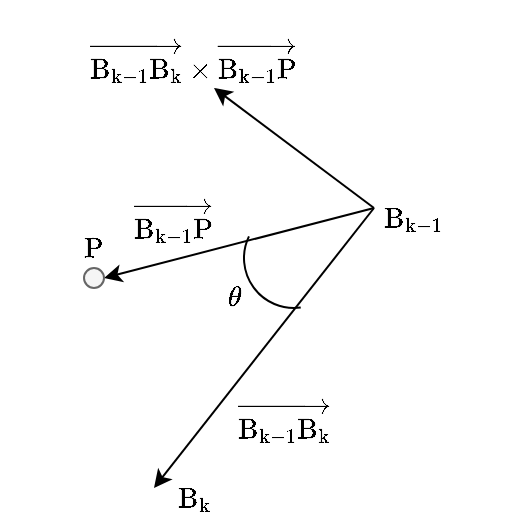
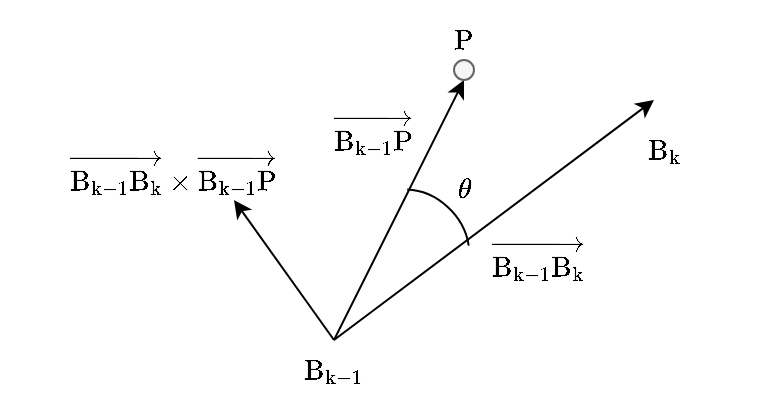
<mxfile host="Electron">
  <diagram name="Page-1" id="H0YPRP8WU7xcA-L2BAK0">
-     <mxGraphModel dx="484" dy="351" grid="1" gridSize="10" guides="1" tooltips="1" connect="1" arrows="1" fold="1" page="1" pageScale="1" pageWidth="850" pageHeight="1100" math="1" shadow="0">
+     <mxGraphModel dx="595" dy="432" grid="1" gridSize="10" guides="1" tooltips="1" connect="1" arrows="1" fold="1" page="1" pageScale="1" pageWidth="850" pageHeight="1100" math="1" shadow="0">
      <root>
        <mxCell id="0" />
        <mxCell id="1" parent="0" />
        <mxCell id="jKXPVmUFjm1ive4WsxEH-1" edge="1" parent="1" style="endArrow=classic;html=1;rounded=0;" value="">
          <mxGeometry height="50" relative="1" width="50" as="geometry">
-             <mxPoint x="450" y="110" as="sourcePoint" />
-             <mxPoint x="340" y="250" as="targetPoint" />
+             <mxPoint x="230" y="270" as="sourcePoint" />
+             <mxPoint x="390" y="150" as="targetPoint" />
          </mxGeometry>
        </mxCell>
        <mxCell id="jKXPVmUFjm1ive4WsxEH-2" parent="1" style="text;html=1;whiteSpace=wrap;strokeColor=none;fillColor=none;align=center;verticalAlign=middle;rounded=0;" value="$$\mathrm{B_{k}}$$" vertex="1">
-           <mxGeometry height="30" width="60" x="330" y="240" as="geometry" />
+           <mxGeometry height="30" width="60" x="365" y="160" as="geometry" />
        </mxCell>
        <mxCell id="jKXPVmUFjm1ive4WsxEH-3" parent="1" style="text;html=1;whiteSpace=wrap;strokeColor=none;fillColor=none;align=center;verticalAlign=middle;rounded=0;" value="$$\mathrm{B_{k-1}}$$" vertex="1">
-           <mxGeometry height="30" width="60" x="440" y="100" as="geometry" />
+           <mxGeometry height="30" width="60" x="200" y="270" as="geometry" />
        </mxCell>
-         <mxCell id="jKXPVmUFjm1ive4WsxEH-4" edge="1" parent="1" style="endArrow=none;startArrow=classic;html=1;rounded=0;endFill=0;" value="">
+         <mxCell id="jKXPVmUFjm1ive4WsxEH-4" edge="1" parent="1" source="jKXPVmUFjm1ive4WsxEH-6" style="endArrow=none;startArrow=classic;html=1;rounded=0;endFill=0;exitX=0.5;exitY=1;exitDx=0;exitDy=0;" value="">
          <mxGeometry height="50" relative="1" width="50" as="geometry">
-             <mxPoint x="370" y="50" as="sourcePoint" />
-             <mxPoint x="450" y="110" as="targetPoint" />
+             <mxPoint x="150" y="210" as="sourcePoint" />
+             <mxPoint x="230" y="270" as="targetPoint" />
          </mxGeometry>
        </mxCell>
-         <mxCell id="jKXPVmUFjm1ive4WsxEH-7" edge="1" parent="1" source="jKXPVmUFjm1ive4WsxEH-6" style="endArrow=none;startArrow=classic;html=1;rounded=0;endFill=0;exitX=1;exitY=0.5;exitDx=0;exitDy=0;" value="">
+         <mxCell id="jKXPVmUFjm1ive4WsxEH-7" edge="1" parent="1" style="endArrow=none;startArrow=classic;html=1;rounded=0;endFill=0;" value="">
          <mxGeometry height="50" relative="1" width="50" as="geometry">
-             <mxPoint x="350" y="130" as="sourcePoint" />
-             <mxPoint x="450" y="110" as="targetPoint" />
+             <mxPoint x="180" y="200" as="sourcePoint" />
+             <mxPoint x="230" y="270" as="targetPoint" />
          </mxGeometry>
        </mxCell>
        <mxCell id="jKXPVmUFjm1ive4WsxEH-8" connectable="0" parent="1" style="group" value="" vertex="1">
          <mxGeometry height="40" width="40" x="290" y="110" as="geometry" />
        </mxCell>
-         <mxCell id="jKXPVmUFjm1ive4WsxEH-5" parent="jKXPVmUFjm1ive4WsxEH-8" style="text;html=1;whiteSpace=wrap;strokeColor=none;fillColor=none;align=center;verticalAlign=middle;rounded=0;movable=1;resizable=1;rotatable=1;deletable=1;editable=1;locked=0;connectable=1;" value="$$\mathrm{P}$$" vertex="1">
-           <mxGeometry height="40" width="40" as="geometry" />
-         </mxCell>
        <mxCell id="jKXPVmUFjm1ive4WsxEH-6" parent="jKXPVmUFjm1ive4WsxEH-8" style="ellipse;whiteSpace=wrap;html=1;aspect=fixed;fillColor=#f5f5f5;fontColor=#333333;strokeColor=#666666;movable=1;resizable=1;rotatable=1;deletable=1;editable=1;locked=0;connectable=1;" value="" vertex="1">
-           <mxGeometry height="10" width="10" x="15" y="30" as="geometry" />
+           <mxGeometry height="10" width="10" y="20" as="geometry" />
        </mxCell>
        <mxCell id="jKXPVmUFjm1ive4WsxEH-10" parent="1" style="text;html=1;whiteSpace=wrap;strokeColor=none;fillColor=none;align=center;verticalAlign=middle;rounded=0;" value="$$\overrightarrow{\mathrm{B_{k-1}B_k}}$$" vertex="1">
-           <mxGeometry height="30" width="60" x="375" y="200" as="geometry" />
+           <mxGeometry height="30" width="60" x="302.36" y="213.36" as="geometry" />
        </mxCell>
        <mxCell id="jKXPVmUFjm1ive4WsxEH-11" parent="1" style="text;html=1;whiteSpace=wrap;strokeColor=none;fillColor=none;align=center;verticalAlign=middle;rounded=0;" value="$$\overrightarrow{\mathrm{B_{k-1}P}}$$" vertex="1">
-           <mxGeometry height="30" width="60" x="320" y="100" as="geometry" />
+           <mxGeometry height="30" width="60" x="220" y="150" as="geometry" />
        </mxCell>
        <mxCell id="jKXPVmUFjm1ive4WsxEH-12" parent="1" style="text;html=1;whiteSpace=wrap;strokeColor=none;fillColor=none;align=center;verticalAlign=middle;rounded=0;" value="$$\overrightarrow{\mathrm{B_{k-1}B_k}} \times \overrightarrow{\mathrm{B_{k-1}P}}$$" vertex="1">
-           <mxGeometry height="30" width="60" x="330" y="20" as="geometry" />
+           <mxGeometry height="30" width="60" x="120" y="170" as="geometry" />
        </mxCell>
-         <mxCell id="jKXPVmUFjm1ive4WsxEH-13" parent="1" style="shape=mxgraph.basic.arc;html=1;startAngle=0.6035504838885251;endAngle=0.9464165382800312;endArrow=classic;endFill=1;rotation=-45;" value="" vertex="1">
-           <mxGeometry height="50" width="50" x="385" y="110" as="geometry" />
+         <mxCell id="jKXPVmUFjm1ive4WsxEH-13" parent="1" style="shape=mxgraph.basic.arc;html=1;startAngle=0.6349908807711901;endAngle=0.8824939045369897;endArrow=classic;endFill=1;rotation=-45;flipH=1;legacyAnchorPoints=0;" value="" vertex="1">
+           <mxGeometry height="59.36" width="50" x="245.22" y="192.54" as="geometry" />
        </mxCell>
        <mxCell id="jKXPVmUFjm1ive4WsxEH-15" parent="1" style="text;html=1;whiteSpace=wrap;strokeColor=none;fillColor=none;align=center;verticalAlign=middle;rounded=0;" value="$$\theta$$" vertex="1">
-           <mxGeometry height="30" width="60" x="350" y="140" as="geometry" />
+           <mxGeometry height="30" width="60" x="265" y="180" as="geometry" />
+         </mxCell>
+         <mxCell id="jKXPVmUFjm1ive4WsxEH-5" parent="1" style="text;html=1;whiteSpace=wrap;strokeColor=none;fillColor=none;align=center;verticalAlign=middle;rounded=0;movable=1;resizable=1;rotatable=1;deletable=1;editable=1;locked=0;connectable=1;" value="$$\mathrm{P}$$" vertex="1">
+           <mxGeometry height="40" width="40" x="275" y="100" as="geometry" />
        </mxCell>
      </root>
    </mxGraphModel>
  </diagram>
</mxfile>
